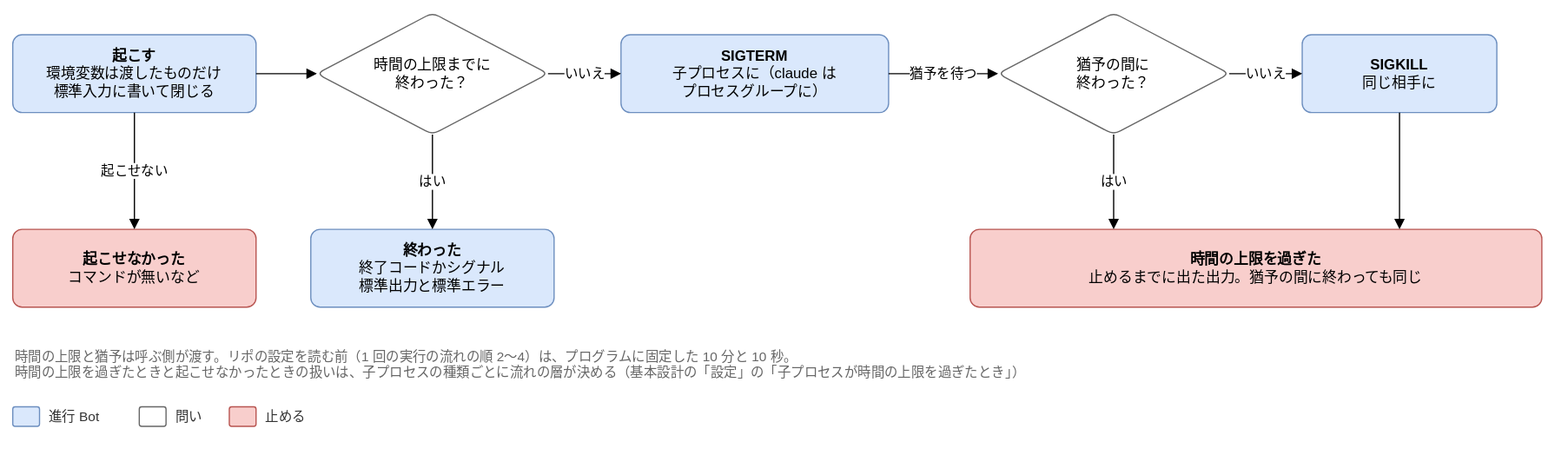
This is docs/design/detailed/diagrams/01-proc.drawio.svg from Joymerrevent/dev-autopilot, a draw.io export, as it was before one commit. Source tidied: cells renumbered, new cells last; positions are measured from the earlier drawing's top-left corner, leaving out a move shared by most shapes. The source it was exported from:
```xml
<mxGraphModel background="#ffffff">
  <root>
    <mxCell id="0" />
    <mxCell id="1" parent="0" />
    <mxCell id="2" value="&lt;b&gt;起こす&lt;/b&gt;&lt;br&gt;環境変数は渡したものだけ&lt;br&gt;標準入力に書いて閉じる" style="rounded=1;whiteSpace=wrap;html=1;fontSize=12;arcSize=12;spacing=12;fillColor=#dae8fc;strokeColor=#6c8ebf;" parent="1" vertex="1">
      <mxGeometry y="18" width="200" height="64" as="geometry" />
    </mxCell>
    <mxCell id="3" value="時間の上限までに&lt;br&gt;終わった？" style="rounded=1;whiteSpace=wrap;html=1;fontSize=12;arcSize=12;spacing=12;fillColor=#ffffff;strokeColor=#666666;shape=rhombus;" parent="1" vertex="1">
      <mxGeometry x="250" width="190" height="100" as="geometry" />
    </mxCell>
    <mxCell id="4" value="&lt;b&gt;SIGTERM&lt;/b&gt;&lt;br&gt;子プロセスに（claude は&lt;br&gt;プロセスグループに）" style="rounded=1;whiteSpace=wrap;html=1;fontSize=12;arcSize=12;spacing=12;fillColor=#dae8fc;strokeColor=#6c8ebf;" parent="1" vertex="1">
      <mxGeometry x="500" y="18" width="220" height="64" as="geometry" />
    </mxCell>
    <mxCell id="5" value="猶予の間に&lt;br&gt;終わった？" style="rounded=1;whiteSpace=wrap;html=1;fontSize=12;arcSize=12;spacing=12;fillColor=#ffffff;strokeColor=#666666;shape=rhombus;" parent="1" vertex="1">
      <mxGeometry x="810" width="190" height="100" as="geometry" />
    </mxCell>
    <mxCell id="6" value="&lt;b&gt;SIGKILL&lt;/b&gt;&lt;br&gt;同じ相手に" style="rounded=1;whiteSpace=wrap;html=1;fontSize=12;arcSize=12;spacing=12;fillColor=#dae8fc;strokeColor=#6c8ebf;" parent="1" vertex="1">
      <mxGeometry x="1060" y="18" width="160" height="64" as="geometry" />
    </mxCell>
    <mxCell id="7" value="&lt;b&gt;起こせなかった&lt;/b&gt;&lt;br&gt;コマンドが無いなど" style="rounded=1;whiteSpace=wrap;html=1;fontSize=12;arcSize=12;spacing=12;fillColor=#f8cecc;strokeColor=#b85450;" parent="1" vertex="1">
      <mxGeometry y="178" width="200" height="64" as="geometry" />
    </mxCell>
    <mxCell id="8" value="&lt;b&gt;終わった&lt;/b&gt;&lt;br&gt;終了コードかシグナル&lt;br&gt;標準出力と標準エラー" style="rounded=1;whiteSpace=wrap;html=1;fontSize=12;arcSize=12;spacing=12;fillColor=#dae8fc;strokeColor=#6c8ebf;" parent="1" vertex="1">
      <mxGeometry x="245" y="178" width="200" height="64" as="geometry" />
    </mxCell>
    <mxCell id="9" value="&lt;b&gt;時間の上限を過ぎた&lt;/b&gt;&lt;br&gt;止めるまでに出た出力。猶予の間に終わっても同じ" style="rounded=1;whiteSpace=wrap;html=1;fontSize=12;arcSize=12;spacing=12;fillColor=#f8cecc;strokeColor=#b85450;" parent="1" vertex="1">
      <mxGeometry x="787" y="178" width="470" height="64" as="geometry" />
    </mxCell>
    <mxCell id="10" style="edgeStyle=orthogonalEdgeStyle;rounded=1;html=1;endArrow=block;endFill=1;fontSize=11;labelBackgroundColor=#ffffff;exitX=1;exitY=0.5;exitDx=0;exitDy=0;entryX=0;entryY=0.5;entryDx=0;entryDy=0;" parent="1" edge="1" source="2" target="3">
      <mxGeometry relative="1" as="geometry" />
    </mxCell>
    <mxCell id="11" value="いいえ" style="edgeStyle=orthogonalEdgeStyle;rounded=1;html=1;endArrow=block;endFill=1;fontSize=11;labelBackgroundColor=#ffffff;exitX=1;exitY=0.5;exitDx=0;exitDy=0;entryX=0;entryY=0.5;entryDx=0;entryDy=0;" parent="1" edge="1" source="3" target="4">
      <mxGeometry relative="1" as="geometry" />
    </mxCell>
    <mxCell id="12" value="猶予を待つ" style="edgeStyle=orthogonalEdgeStyle;rounded=1;html=1;endArrow=block;endFill=1;fontSize=11;labelBackgroundColor=#ffffff;exitX=1;exitY=0.5;exitDx=0;exitDy=0;entryX=0;entryY=0.5;entryDx=0;entryDy=0;" parent="1" edge="1" source="4" target="5">
      <mxGeometry relative="1" as="geometry" />
    </mxCell>
    <mxCell id="13" value="いいえ" style="edgeStyle=orthogonalEdgeStyle;rounded=1;html=1;endArrow=block;endFill=1;fontSize=11;labelBackgroundColor=#ffffff;exitX=1;exitY=0.5;exitDx=0;exitDy=0;entryX=0;entryY=0.5;entryDx=0;entryDy=0;" parent="1" edge="1" source="5" target="6">
      <mxGeometry relative="1" as="geometry" />
    </mxCell>
    <mxCell id="14" value="はい" style="edgeStyle=orthogonalEdgeStyle;rounded=1;html=1;endArrow=block;endFill=1;fontSize=11;labelBackgroundColor=#ffffff;exitX=0.5;exitY=1;exitDx=0;exitDy=0;entryX=0.5;entryY=0;entryDx=0;entryDy=0;" parent="1" edge="1" source="3" target="8">
      <mxGeometry relative="1" as="geometry" />
    </mxCell>
    <mxCell id="15" value="はい" style="edgeStyle=orthogonalEdgeStyle;rounded=1;html=1;endArrow=block;endFill=1;fontSize=11;labelBackgroundColor=#ffffff;exitX=0.5;exitY=1;exitDx=0;exitDy=0;entryX=0.251063829787234;entryY=0;entryDx=0;entryDy=0;" parent="1" edge="1" source="5" target="9">
      <mxGeometry relative="1" as="geometry" />
    </mxCell>
    <mxCell id="16" style="edgeStyle=orthogonalEdgeStyle;rounded=1;html=1;endArrow=block;endFill=1;fontSize=11;labelBackgroundColor=#ffffff;exitX=0.5;exitY=1;exitDx=0;exitDy=0;entryX=0.7510638297872341;entryY=0;entryDx=0;entryDy=0;" parent="1" edge="1" source="6" target="9">
      <mxGeometry relative="1" as="geometry" />
    </mxCell>
    <mxCell id="17" value="起こせない" style="edgeStyle=orthogonalEdgeStyle;rounded=1;html=1;endArrow=block;endFill=1;fontSize=11;labelBackgroundColor=#ffffff;exitX=0.5;exitY=1;exitDx=0;exitDy=0;entryX=0.5;entryY=0;entryDx=0;entryDy=0;" parent="1" edge="1" source="2" target="7">
      <mxGeometry relative="1" as="geometry" />
    </mxCell>
    <mxCell id="18" value="時間の上限と猶予は呼ぶ側が渡す。リポの設定を読む前（1 回の実行の流れの順 2〜4）は、プログラムに固定した 10 分と 10 秒。&lt;br&gt;時間の上限を過ぎたときと起こせなかったときの扱いは、子プロセスの種類ごとに流れの層が決める（基本設計の「設定」の「子プロセスが時間の上限を過ぎたとき」）" style="text;html=1;whiteSpace=wrap;align=left;verticalAlign=top;fontSize=11;fontColor=#666666;" parent="1" vertex="1">
      <mxGeometry y="270" width="1257" height="40" as="geometry" />
    </mxCell>
    <mxCell id="19" style="rounded=1;whiteSpace=wrap;html=1;fontSize=12;arcSize=12;spacing=12;fillColor=#dae8fc;strokeColor=#6c8ebf;" parent="1" vertex="1">
      <mxGeometry y="324" width="22" height="16" as="geometry" />
    </mxCell>
    <mxCell id="20" value="進行 Bot" style="text;html=1;align=left;verticalAlign=middle;fontSize=11;fontColor=#333333;" parent="1" vertex="1">
      <mxGeometry x="28" y="322" width="60" height="20" as="geometry" />
    </mxCell>
    <mxCell id="21" style="rounded=1;whiteSpace=wrap;html=1;fontSize=12;arcSize=12;spacing=12;fillColor=#ffffff;strokeColor=#666666;" parent="1" vertex="1">
      <mxGeometry x="104" y="324" width="22" height="16" as="geometry" />
    </mxCell>
    <mxCell id="22" value="問い" style="text;html=1;align=left;verticalAlign=middle;fontSize=11;fontColor=#333333;" parent="1" vertex="1">
      <mxGeometry x="132" y="322" width="30" height="20" as="geometry" />
    </mxCell>
    <mxCell id="23" style="rounded=1;whiteSpace=wrap;html=1;fontSize=12;arcSize=12;spacing=12;fillColor=#f8cecc;strokeColor=#b85450;" parent="1" vertex="1">
      <mxGeometry x="178" y="324" width="22" height="16" as="geometry" />
    </mxCell>
    <mxCell id="24" value="止める" style="text;html=1;align=left;verticalAlign=middle;fontSize=11;fontColor=#333333;" parent="1" vertex="1">
      <mxGeometry x="206" y="322" width="40" height="20" as="geometry" />
    </mxCell>
  </root>
</mxGraphModel>
```
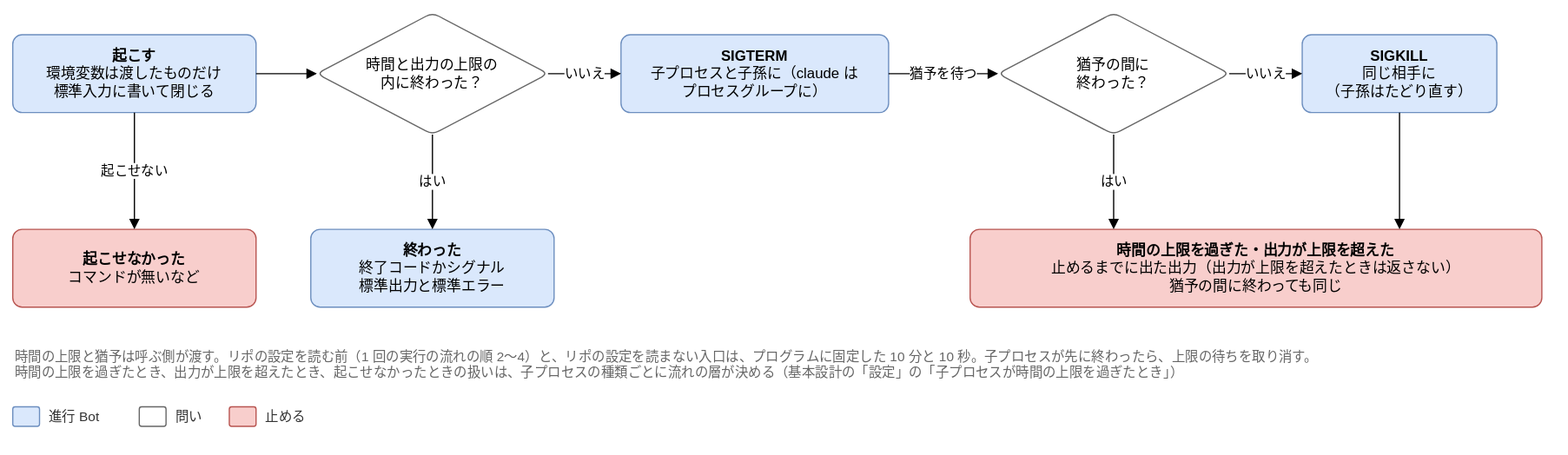
After the commit.

The edit, as a diff of the source:
```diff
@@ -5,16 +5,16 @@
     <mxCell id="2" value="&lt;b&gt;起こす&lt;/b&gt;&lt;br&gt;環境変数は渡したものだけ&lt;br&gt;標準入力に書いて閉じる" style="rounded=1;whiteSpace=wrap;html=1;fontSize=12;arcSize=12;spacing=12;fillColor=#dae8fc;strokeColor=#6c8ebf;" parent="1" vertex="1">
       <mxGeometry y="18" width="200" height="64" as="geometry" />
     </mxCell>
-    <mxCell id="3" value="時間の上限までに&lt;br&gt;終わった？" style="rounded=1;whiteSpace=wrap;html=1;fontSize=12;arcSize=12;spacing=12;fillColor=#ffffff;strokeColor=#666666;shape=rhombus;" parent="1" vertex="1">
+    <mxCell id="3" value="時間と出力の上限の&lt;br&gt;内に終わった？" style="rounded=1;whiteSpace=wrap;html=1;fontSize=12;arcSize=12;spacing=12;fillColor=#ffffff;strokeColor=#666666;shape=rhombus;" parent="1" vertex="1">
       <mxGeometry x="250" width="190" height="100" as="geometry" />
     </mxCell>
-    <mxCell id="4" value="&lt;b&gt;SIGTERM&lt;/b&gt;&lt;br&gt;子プロセスに（claude は&lt;br&gt;プロセスグループに）" style="rounded=1;whiteSpace=wrap;html=1;fontSize=12;arcSize=12;spacing=12;fillColor=#dae8fc;strokeColor=#6c8ebf;" parent="1" vertex="1">
+    <mxCell id="4" value="&lt;b&gt;SIGTERM&lt;/b&gt;&lt;br&gt;子プロセスと子孫に（claude は&lt;br&gt;プロセスグループに）" style="rounded=1;whiteSpace=wrap;html=1;fontSize=12;arcSize=12;spacing=12;fillColor=#dae8fc;strokeColor=#6c8ebf;" parent="1" vertex="1">
       <mxGeometry x="500" y="18" width="220" height="64" as="geometry" />
     </mxCell>
     <mxCell id="5" value="猶予の間に&lt;br&gt;終わった？" style="rounded=1;whiteSpace=wrap;html=1;fontSize=12;arcSize=12;spacing=12;fillColor=#ffffff;strokeColor=#666666;shape=rhombus;" parent="1" vertex="1">
       <mxGeometry x="810" width="190" height="100" as="geometry" />
     </mxCell>
-    <mxCell id="6" value="&lt;b&gt;SIGKILL&lt;/b&gt;&lt;br&gt;同じ相手に" style="rounded=1;whiteSpace=wrap;html=1;fontSize=12;arcSize=12;spacing=12;fillColor=#dae8fc;strokeColor=#6c8ebf;" parent="1" vertex="1">
+    <mxCell id="6" value="&lt;b&gt;SIGKILL&lt;/b&gt;&lt;br&gt;同じ相手に&lt;br&gt;（子孫はたどり直す）" style="rounded=1;whiteSpace=wrap;html=1;fontSize=12;arcSize=12;spacing=12;fillColor=#dae8fc;strokeColor=#6c8ebf;" parent="1" vertex="1">
       <mxGeometry x="1060" y="18" width="160" height="64" as="geometry" />
     </mxCell>
     <mxCell id="7" value="&lt;b&gt;起こせなかった&lt;/b&gt;&lt;br&gt;コマンドが無いなど" style="rounded=1;whiteSpace=wrap;html=1;fontSize=12;arcSize=12;spacing=12;fillColor=#f8cecc;strokeColor=#b85450;" parent="1" vertex="1">
@@ -23,7 +23,7 @@
     <mxCell id="8" value="&lt;b&gt;終わった&lt;/b&gt;&lt;br&gt;終了コードかシグナル&lt;br&gt;標準出力と標準エラー" style="rounded=1;whiteSpace=wrap;html=1;fontSize=12;arcSize=12;spacing=12;fillColor=#dae8fc;strokeColor=#6c8ebf;" parent="1" vertex="1">
       <mxGeometry x="245" y="178" width="200" height="64" as="geometry" />
     </mxCell>
-    <mxCell id="9" value="&lt;b&gt;時間の上限を過ぎた&lt;/b&gt;&lt;br&gt;止めるまでに出た出力。猶予の間に終わっても同じ" style="rounded=1;whiteSpace=wrap;html=1;fontSize=12;arcSize=12;spacing=12;fillColor=#f8cecc;strokeColor=#b85450;" parent="1" vertex="1">
+    <mxCell id="9" value="&lt;b&gt;時間の上限を過ぎた・出力が上限を超えた&lt;/b&gt;&lt;br&gt;止めるまでに出た出力（出力が上限を超えたときは返さない）&lt;br&gt;猶予の間に終わっても同じ" style="rounded=1;whiteSpace=wrap;html=1;fontSize=12;arcSize=12;spacing=12;fillColor=#f8cecc;strokeColor=#b85450;" parent="1" vertex="1">
       <mxGeometry x="787" y="178" width="470" height="64" as="geometry" />
     </mxCell>
     <mxCell id="10" style="edgeStyle=orthogonalEdgeStyle;rounded=1;html=1;endArrow=block;endFill=1;fontSize=11;labelBackgroundColor=#ffffff;exitX=1;exitY=0.5;exitDx=0;exitDy=0;entryX=0;entryY=0.5;entryDx=0;entryDy=0;" parent="1" edge="1" source="2" target="3">
@@ -50,7 +50,7 @@
     <mxCell id="17" value="起こせない" style="edgeStyle=orthogonalEdgeStyle;rounded=1;html=1;endArrow=block;endFill=1;fontSize=11;labelBackgroundColor=#ffffff;exitX=0.5;exitY=1;exitDx=0;exitDy=0;entryX=0.5;entryY=0;entryDx=0;entryDy=0;" parent="1" edge="1" source="2" target="7">
       <mxGeometry relative="1" as="geometry" />
     </mxCell>
-    <mxCell id="18" value="時間の上限と猶予は呼ぶ側が渡す。リポの設定を読む前（1 回の実行の流れの順 2〜4）は、プログラムに固定した 10 分と 10 秒。&lt;br&gt;時間の上限を過ぎたときと起こせなかったときの扱いは、子プロセスの種類ごとに流れの層が決める（基本設計の「設定」の「子プロセスが時間の上限を過ぎたとき」）" style="text;html=1;whiteSpace=wrap;align=left;verticalAlign=top;fontSize=11;fontColor=#666666;" parent="1" vertex="1">
+    <mxCell id="18" value="時間の上限と猶予は呼ぶ側が渡す。リポの設定を読む前（1 回の実行の流れの順 2〜4）と、リポの設定を読まない入口は、プログラムに固定した 10 分と 10 秒。子プロセスが先に終わったら、上限の待ちを取り消す。&lt;br&gt;時間の上限を過ぎたとき、出力が上限を超えたとき、起こせなかったときの扱いは、子プロセスの種類ごとに流れの層が決める（基本設計の「設定」の「子プロセスが時間の上限を過ぎたとき」）" style="text;html=1;whiteSpace=wrap;align=left;verticalAlign=top;fontSize=11;fontColor=#666666;" parent="1" vertex="1">
       <mxGeometry y="270" width="1257" height="40" as="geometry" />
     </mxCell>
     <mxCell id="19" style="rounded=1;whiteSpace=wrap;html=1;fontSize=12;arcSize=12;spacing=12;fillColor=#dae8fc;strokeColor=#6c8ebf;" parent="1" vertex="1">
```
